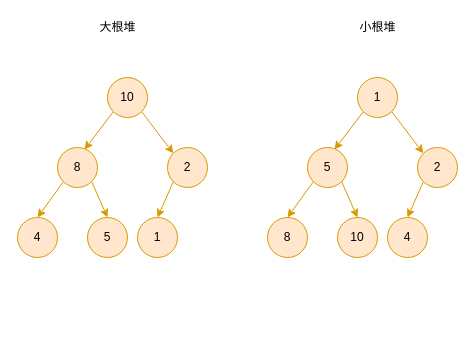
Earlier version of the draw.io diagram page "堆" (1 of 3) of algorithm/堆.drawio (erlieStar/diagrams). Source tidied: cells renumbered, new cells numbered last; positions are measured from the earlier drawing's top-left corner, leaving out a move shared by most shapes. Both pictures are drawn from the tidied source at 100%, with x=0, y=0 at pixel (17, 17).
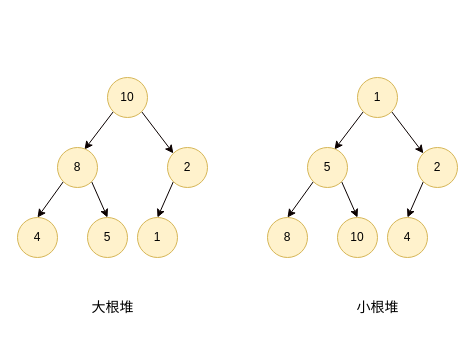
After the change.

The edit, as a diff of the source:
```diff
@@
-    <mxCell id="2" style="rounded=0;jettySize=auto;html=1;exitX=0;exitY=1;exitDx=0;exitDy=0;entryX=0.675;entryY=0.05;entryDx=0;entryDy=0;entryPerimeter=0;fillColor=#ffe6cc;strokeColor=#d79b00;" parent="1" edge="1" source="4" target="7">
+    <mxCell id="2" style="rounded=0;jettySize=auto;html=1;exitX=0;exitY=1;exitDx=0;exitDy=0;entryX=0.675;entryY=0.05;entryDx=0;entryDy=0;entryPerimeter=0;fillColor=#fff2cc;strokeColor=#0A0000;" parent="1" edge="1" source="4" target="7">
       <mxGeometry relative="1" as="geometry" />
     </mxCell>
-    <mxCell id="3" style="edgeStyle=none;rounded=0;jettySize=auto;html=1;exitX=1;exitY=1;exitDx=0;exitDy=0;entryX=0;entryY=0;entryDx=0;entryDy=0;fillColor=#ffe6cc;strokeColor=#d79b00;" parent="1" edge="1" source="4" target="9">
+    <mxCell id="3" style="edgeStyle=none;rounded=0;jettySize=auto;html=1;exitX=1;exitY=1;exitDx=0;exitDy=0;entryX=0;entryY=0;entryDx=0;entryDy=0;fillColor=#fff2cc;strokeColor=#0A0000;" parent="1" edge="1" source="4" target="9">
       <mxGeometry relative="1" as="geometry" />
     </mxCell>
-    <mxCell id="4" value="10" style="ellipse;whiteSpace=wrap;html=1;fillColor=#ffe6cc;strokeColor=#d79b00;" parent="1" vertex="1">
+    <mxCell id="4" value="10" style="ellipse;whiteSpace=wrap;html=1;fillColor=#fff2cc;strokeColor=#d6b656;" parent="1" vertex="1">
       <mxGeometry x="90" y="60" width="40" height="40" as="geometry" />
     </mxCell>
-    <mxCell id="5" style="edgeStyle=none;rounded=0;jettySize=auto;html=1;exitX=0;exitY=1;exitDx=0;exitDy=0;entryX=0.5;entryY=0;entryDx=0;entryDy=0;fillColor=#ffe6cc;strokeColor=#d79b00;" parent="1" edge="1" source="7" target="10">
+    <mxCell id="5" style="edgeStyle=none;rounded=0;jettySize=auto;html=1;exitX=0;exitY=1;exitDx=0;exitDy=0;entryX=0.5;entryY=0;entryDx=0;entryDy=0;fillColor=#fff2cc;strokeColor=#0A0000;" parent="1" edge="1" source="7" target="10">
       <mxGeometry relative="1" as="geometry" />
     </mxCell>
-    <mxCell id="6" style="edgeStyle=none;rounded=0;jettySize=auto;html=1;exitX=1;exitY=1;exitDx=0;exitDy=0;entryX=0.5;entryY=0;entryDx=0;entryDy=0;fillColor=#ffe6cc;strokeColor=#d79b00;" parent="1" edge="1" source="7" target="11">
+    <mxCell id="6" style="edgeStyle=none;rounded=0;jettySize=auto;html=1;exitX=1;exitY=1;exitDx=0;exitDy=0;entryX=0.5;entryY=0;entryDx=0;entryDy=0;fillColor=#fff2cc;strokeColor=#0A0000;" parent="1" edge="1" source="7" target="11">
       <mxGeometry relative="1" as="geometry" />
     </mxCell>
-    <mxCell id="7" value="8" style="ellipse;whiteSpace=wrap;html=1;fillColor=#ffe6cc;strokeColor=#d79b00;" parent="1" vertex="1">
+    <mxCell id="7" value="8" style="ellipse;whiteSpace=wrap;html=1;fillColor=#fff2cc;strokeColor=#d6b656;" parent="1" vertex="1">
       <mxGeometry x="40" y="130" width="40" height="40" as="geometry" />
     </mxCell>
-    <mxCell id="8" style="rounded=0;jettySize=auto;html=1;exitX=0;exitY=1;exitDx=0;exitDy=0;entryX=0.5;entryY=0;entryDx=0;entryDy=0;fillColor=#ffe6cc;strokeColor=#d79b00;" parent="1" edge="1" source="9" target="12">
+    <mxCell id="8" style="rounded=0;jettySize=auto;html=1;exitX=0;exitY=1;exitDx=0;exitDy=0;entryX=0.5;entryY=0;entryDx=0;entryDy=0;fillColor=#fff2cc;strokeColor=#0A0000;" parent="1" edge="1" source="9" target="12">
       <mxGeometry relative="1" as="geometry" />
     </mxCell>
-    <mxCell id="9" value="2" style="ellipse;whiteSpace=wrap;html=1;fillColor=#ffe6cc;strokeColor=#d79b00;" parent="1" vertex="1">
+    <mxCell id="9" value="2" style="ellipse;whiteSpace=wrap;html=1;fillColor=#fff2cc;strokeColor=#d6b656;" parent="1" vertex="1">
       <mxGeometry x="150" y="130" width="40" height="40" as="geometry" />
     </mxCell>
-    <mxCell id="10" value="4" style="ellipse;whiteSpace=wrap;html=1;fillColor=#ffe6cc;strokeColor=#d79b00;" parent="1" vertex="1">
+    <mxCell id="10" value="4" style="ellipse;whiteSpace=wrap;html=1;fillColor=#fff2cc;strokeColor=#d6b656;" parent="1" vertex="1">
       <mxGeometry y="200" width="40" height="40" as="geometry" />
     </mxCell>
-    <mxCell id="11" value="5" style="ellipse;whiteSpace=wrap;html=1;fillColor=#ffe6cc;strokeColor=#d79b00;" parent="1" vertex="1">
+    <mxCell id="11" value="5" style="ellipse;whiteSpace=wrap;html=1;fillColor=#fff2cc;strokeColor=#d6b656;" parent="1" vertex="1">
       <mxGeometry x="70" y="200" width="40" height="40" as="geometry" />
     </mxCell>
-    <mxCell id="12" value="1" style="ellipse;whiteSpace=wrap;html=1;fillColor=#ffe6cc;strokeColor=#d79b00;" parent="1" vertex="1">
+    <mxCell id="12" value="1" style="ellipse;whiteSpace=wrap;html=1;fillColor=#fff2cc;strokeColor=#d6b656;" parent="1" vertex="1">
       <mxGeometry x="120" y="200" width="40" height="40" as="geometry" />
     </mxCell>
-    <mxCell id="13" value="大根堆" style="text;html=1;align=center;verticalAlign=middle;strokeColor=none;" parent="1" vertex="1">
-      <mxGeometry x="75" width="50" height="20" as="geometry" />
+    <mxCell id="13" value="&lt;font style=&quot;font-size: 14px;&quot;&gt;大根堆&lt;/font&gt;" style="text;html=1;align=center;verticalAlign=middle;strokeColor=none;" parent="1" vertex="1">
+      <mxGeometry x="60" y="275" width="70" height="30" as="geometry" />
     </mxCell>
-    <mxCell id="14" style="rounded=0;jettySize=auto;html=1;exitX=0;exitY=1;exitDx=0;exitDy=0;entryX=0.675;entryY=0.05;entryDx=0;entryDy=0;entryPerimeter=0;fillColor=#ffe6cc;strokeColor=#d79b00;" parent="1" edge="1" source="16" target="19">
+    <mxCell id="14" style="rounded=0;jettySize=auto;html=1;exitX=0;exitY=1;exitDx=0;exitDy=0;entryX=0.675;entryY=0.05;entryDx=0;entryDy=0;entryPerimeter=0;fillColor=#fff2cc;strokeColor=#0A0000;" parent="1" edge="1" source="16" target="19">
       <mxGeometry relative="1" as="geometry" />
     </mxCell>
-    <mxCell id="15" style="edgeStyle=none;rounded=0;jettySize=auto;html=1;exitX=1;exitY=1;exitDx=0;exitDy=0;entryX=0;entryY=0;entryDx=0;entryDy=0;fillColor=#ffe6cc;strokeColor=#d79b00;" parent="1" edge="1" source="16" target="21">
+    <mxCell id="15" style="edgeStyle=none;rounded=0;jettySize=auto;html=1;exitX=1;exitY=1;exitDx=0;exitDy=0;entryX=0;entryY=0;entryDx=0;entryDy=0;fillColor=#fff2cc;strokeColor=#0A0000;" parent="1" edge="1" source="16" target="21">
       <mxGeometry relative="1" as="geometry" />
     </mxCell>
-    <mxCell id="16" value="1" style="ellipse;whiteSpace=wrap;html=1;fillColor=#ffe6cc;strokeColor=#d79b00;" parent="1" vertex="1">
+    <mxCell id="16" value="1" style="ellipse;whiteSpace=wrap;html=1;fillColor=#fff2cc;strokeColor=#d6b656;" parent="1" vertex="1">
       <mxGeometry x="340" y="60" width="40" height="40" as="geometry" />
     </mxCell>
-    <mxCell id="17" style="edgeStyle=none;rounded=0;jettySize=auto;html=1;exitX=0;exitY=1;exitDx=0;exitDy=0;entryX=0.5;entryY=0;entryDx=0;entryDy=0;fillColor=#ffe6cc;strokeColor=#d79b00;" parent="1" edge="1" source="19" target="22">
+    <mxCell id="17" style="edgeStyle=none;rounded=0;jettySize=auto;html=1;exitX=0;exitY=1;exitDx=0;exitDy=0;entryX=0.5;entryY=0;entryDx=0;entryDy=0;fillColor=#fff2cc;strokeColor=#0A0000;" parent="1" edge="1" source="19" target="22">
       <mxGeometry relative="1" as="geometry" />
     </mxCell>
-    <mxCell id="18" style="edgeStyle=none;rounded=0;jettySize=auto;html=1;exitX=1;exitY=1;exitDx=0;exitDy=0;entryX=0.5;entryY=0;entryDx=0;entryDy=0;fillColor=#ffe6cc;strokeColor=#d79b00;" parent="1" edge="1" source="19" target="23">
+    <mxCell id="18" style="edgeStyle=none;rounded=0;jettySize=auto;html=1;exitX=1;exitY=1;exitDx=0;exitDy=0;entryX=0.5;entryY=0;entryDx=0;entryDy=0;fillColor=#fff2cc;strokeColor=#0A0000;" parent="1" edge="1" source="19" target="23">
       <mxGeometry relative="1" as="geometry" />
     </mxCell>
-    <mxCell id="19" value="5" style="ellipse;whiteSpace=wrap;html=1;fillColor=#ffe6cc;strokeColor=#d79b00;" parent="1" vertex="1">
+    <mxCell id="19" value="5" style="ellipse;whiteSpace=wrap;html=1;fillColor=#fff2cc;strokeColor=#d6b656;" parent="1" vertex="1">
       <mxGeometry x="290" y="130" width="40" height="40" as="geometry" />
     </mxCell>
-    <mxCell id="20" style="rounded=0;jettySize=auto;html=1;exitX=0;exitY=1;exitDx=0;exitDy=0;entryX=0.5;entryY=0;entryDx=0;entryDy=0;fillColor=#ffe6cc;strokeColor=#d79b00;" parent="1" edge="1" source="21" target="24">
+    <mxCell id="20" style="rounded=0;jettySize=auto;html=1;exitX=0;exitY=1;exitDx=0;exitDy=0;entryX=0.5;entryY=0;entryDx=0;entryDy=0;fillColor=#fff2cc;strokeColor=#0A0000;" parent="1" edge="1" source="21" target="24">
       <mxGeometry relative="1" as="geometry" />
     </mxCell>
-    <mxCell id="21" value="2" style="ellipse;whiteSpace=wrap;html=1;fillColor=#ffe6cc;strokeColor=#d79b00;" parent="1" vertex="1">
+    <mxCell id="21" value="2" style="ellipse;whiteSpace=wrap;html=1;fillColor=#fff2cc;strokeColor=#d6b656;" parent="1" vertex="1">
       <mxGeometry x="400" y="130" width="40" height="40" as="geometry" />
     </mxCell>
-    <mxCell id="22" value="8" style="ellipse;whiteSpace=wrap;html=1;fillColor=#ffe6cc;strokeColor=#d79b00;" parent="1" vertex="1">
+    <mxCell id="22" value="8" style="ellipse;whiteSpace=wrap;html=1;fillColor=#fff2cc;strokeColor=#d6b656;" parent="1" vertex="1">
       <mxGeometry x="250" y="200" width="40" height="40" as="geometry" />
     </mxCell>
-    <mxCell id="23" value="10" style="ellipse;whiteSpace=wrap;html=1;fillColor=#ffe6cc;strokeColor=#d79b00;" parent="1" vertex="1">
+    <mxCell id="23" value="10" style="ellipse;whiteSpace=wrap;html=1;fillColor=#fff2cc;strokeColor=#d6b656;" parent="1" vertex="1">
       <mxGeometry x="320" y="200" width="40" height="40" as="geometry" />
     </mxCell>
-    <mxCell id="24" value="4" style="ellipse;whiteSpace=wrap;html=1;fillColor=#ffe6cc;strokeColor=#d79b00;" parent="1" vertex="1">
+    <mxCell id="24" value="4" style="ellipse;whiteSpace=wrap;html=1;fillColor=#fff2cc;strokeColor=#d6b656;" parent="1" vertex="1">
       <mxGeometry x="370" y="200" width="40" height="40" as="geometry" />
     </mxCell>
-    <mxCell id="25" value="小根堆" style="text;html=1;align=center;verticalAlign=middle;strokeColor=none;" parent="1" vertex="1">
-      <mxGeometry x="335" width="50" height="20" as="geometry" />
+    <mxCell id="25" value="&lt;font style=&quot;font-size: 14px;&quot;&gt;小根堆&lt;/font&gt;" style="text;html=1;align=center;verticalAlign=middle;strokeColor=none;" parent="1" vertex="1">
+      <mxGeometry x="325" y="275" width="70" height="30" as="geometry" />
     </mxCell>
```
